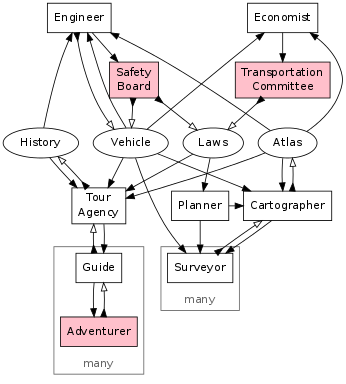
fritzo/pomagma keeps this Graphviz diagram as doc/architecture.png. Above is the earlier version. Its source is kept beside it as doc/architecture.dot.
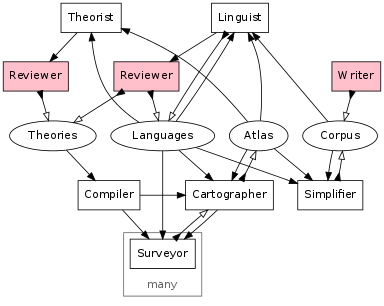
The same file after the commit.

What changed in the source:
```diff
@@ -5,23 +5,24 @@
 
 
 
-	Economist;
-	Engineer;
+	Theorist;
+	Linguist;
     {
         rank="same";
         node [style=filled, fillcolor=pink];
-        Committee [label="Transportation\nCommittee"];
-        SafetyBoard [label="Safety\nBoard"];
+        TheoriesReviewer [label="Reviewer"];
+        LanguagesReviewer [label="Reviewer"];
+        Writer;
     }
 	{
 		node [shape=ellipse];
-		Vehicle;
-		Laws;
+		Languages;
+		Theories;
 		Atlas;
-		History;
+		Corpus;
 	}
-    Planner;
-	TourAgency [label="Tour\nAgency"];
+    Compiler;
+	Simplifier;
 
 	subgraph cluster_survey {
 		Surveyor;
@@ -32,66 +33,50 @@
 		labelloc = "b";
 	}
 
-	subgraph cluster_adventure {
-		rank="max";
-		Guide;
-		{
-			rank="max";
-			Adventurer [style=filled, fillcolor=pink];
-		}
-
-		color = "#666666";
-		fontcolor = "#666666";
-		label = "many";
-		labelloc = "b";
-	}
-
-	{ rank="min"; Engineer; Economist; }
-	{ rank="same"; Vehicle; Laws; Atlas; History; }
-	{ rank="same"; Cartographer; Planner; TourAgency; }
-	{ rank="max"; Adventurer; }
+	{ rank="min"; Linguist; Theorist; }
+	{ rank="same"; Languages; Theories; Atlas; Corpus; }
+	{ rank="same"; Cartographer; Compiler; Simplifier; }
 
 
 	edge [dir=forward arrowhead=normal]; // pull
-	Laws -> Planner;
-	Planner -> Surveyor;
-	Planner -> Cartographer;
+	Theories -> Compiler;
+	Compiler -> Surveyor;
+	Compiler -> Cartographer;
 
 	edge [dir=forward arrowhead=normal]; // pull
 	Atlas -> Cartographer;
-	Vehicle -> Cartographer;
-	Vehicle -> Surveyor;
+	Languages -> Cartographer;
+	Languages -> Surveyor;
 	Cartographer -> Surveyor;
 	edge [dir=both arrowtail=inv arrowhead=empty]; // push
 	Surveyor -> Cartographer;
 	Cartographer -> Atlas;
 
 	edge [dir=forward arrowhead=normal]; // pull
-	Laws -> TourAgency;
-	Atlas -> TourAgency;
-	Vehicle -> TourAgency;
-	TourAgency -> Guide;
-	Guide -> Adventurer;
-	History -> TourAgency;
+	Atlas -> Simplifier;
+	Languages -> Simplifier;
+	Corpus -> Simplifier;
 	edge [dir=both arrowtail=inv arrowhead=empty]; // push
-	Adventurer -> Guide;
-	Guide -> TourAgency;
-	TourAgency -> History;
+	Simplifier -> Corpus;
 
 	edge [dir=forward arrowhead=normal]; // pull
-	History -> Engineer;
-	Atlas -> Engineer;
-	Vehicle -> Engineer;
-	Engineer -> SafetyBoard;
+	Corpus -> Linguist;
+	Atlas -> Linguist;
+	Languages -> Linguist;
+	Linguist -> LanguagesReviewer;
 	edge [dir=both arrowtail=inv arrowhead=empty]; // push
-	Engineer -> Vehicle;
-	SafetyBoard -> Vehicle;
-	SafetyBoard -> Laws;
+	Linguist -> Languages;
+	LanguagesReviewer -> Languages;
+	LanguagesReviewer -> Theories;
 
 	edge [dir=forward arrowhead=normal]; // pull
-	Atlas -> Economist;
-	Vehicle ->  Economist;
-	Economist -> Committee;
+	Atlas -> Theorist;
+	Languages ->  Theorist;
+	Theorist -> TheoriesReviewer;
 	edge [dir=both arrowtail=inv arrowhead=empty]; // push
-	Committee -> Laws;
+	TheoriesReviewer -> Theories;
+
+	edge [dir=forward arrowhead=normal]; // pull
+	edge [dir=both arrowtail=inv arrowhead=empty]; // push
+	Writer -> Corpus;
 }
```
